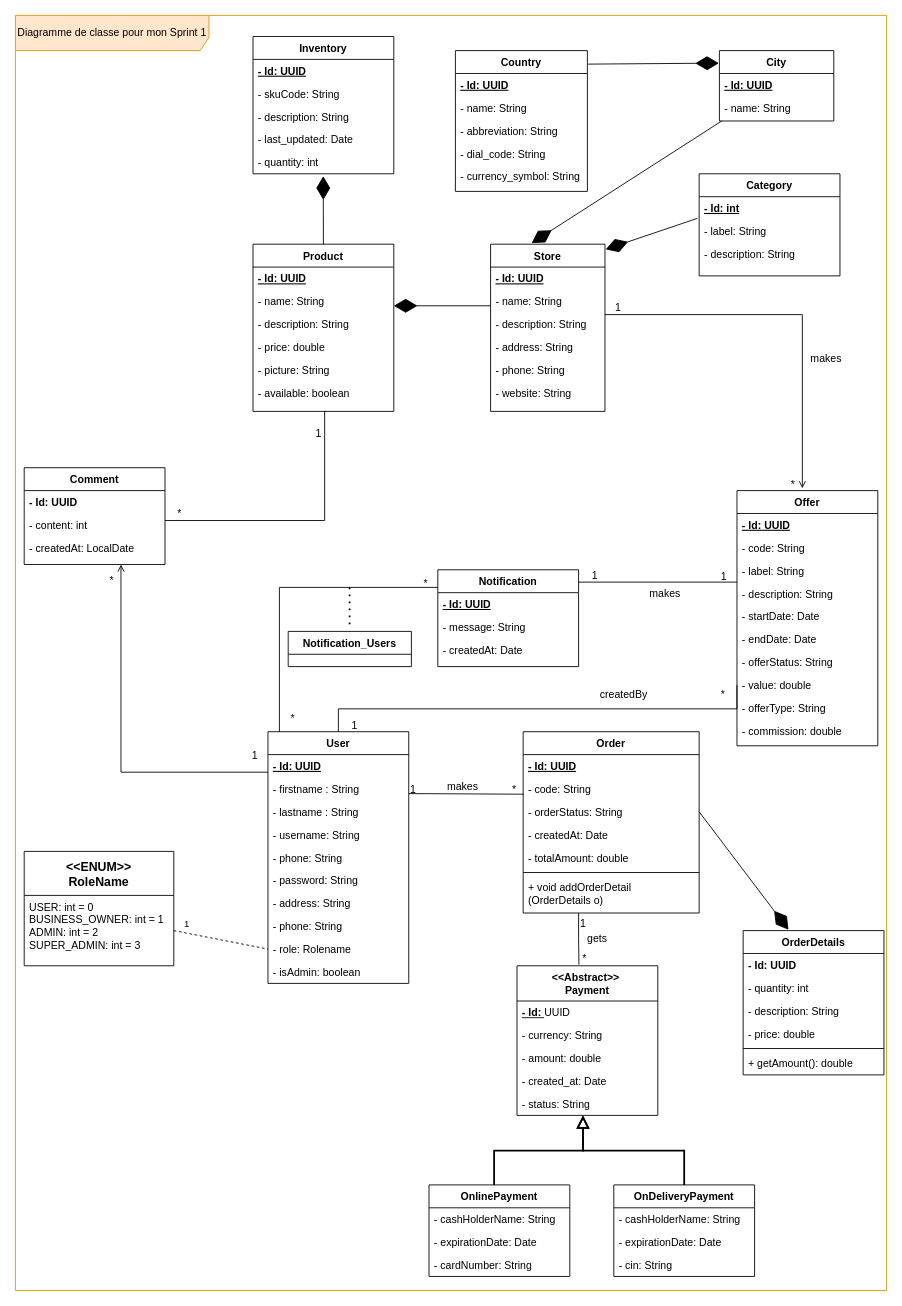
Above: circuit_store.drawio in amine-elarass49/angular_doc (draw.io), before the change. Source tidied: cells renumbered, new cells numbered last; positions are measured from the earlier drawing's top-left corner, leaving out a move shared by most shapes. Both pictures are drawn from the tidied source at 88%, with x=0, y=0 at pixel (15, 15).
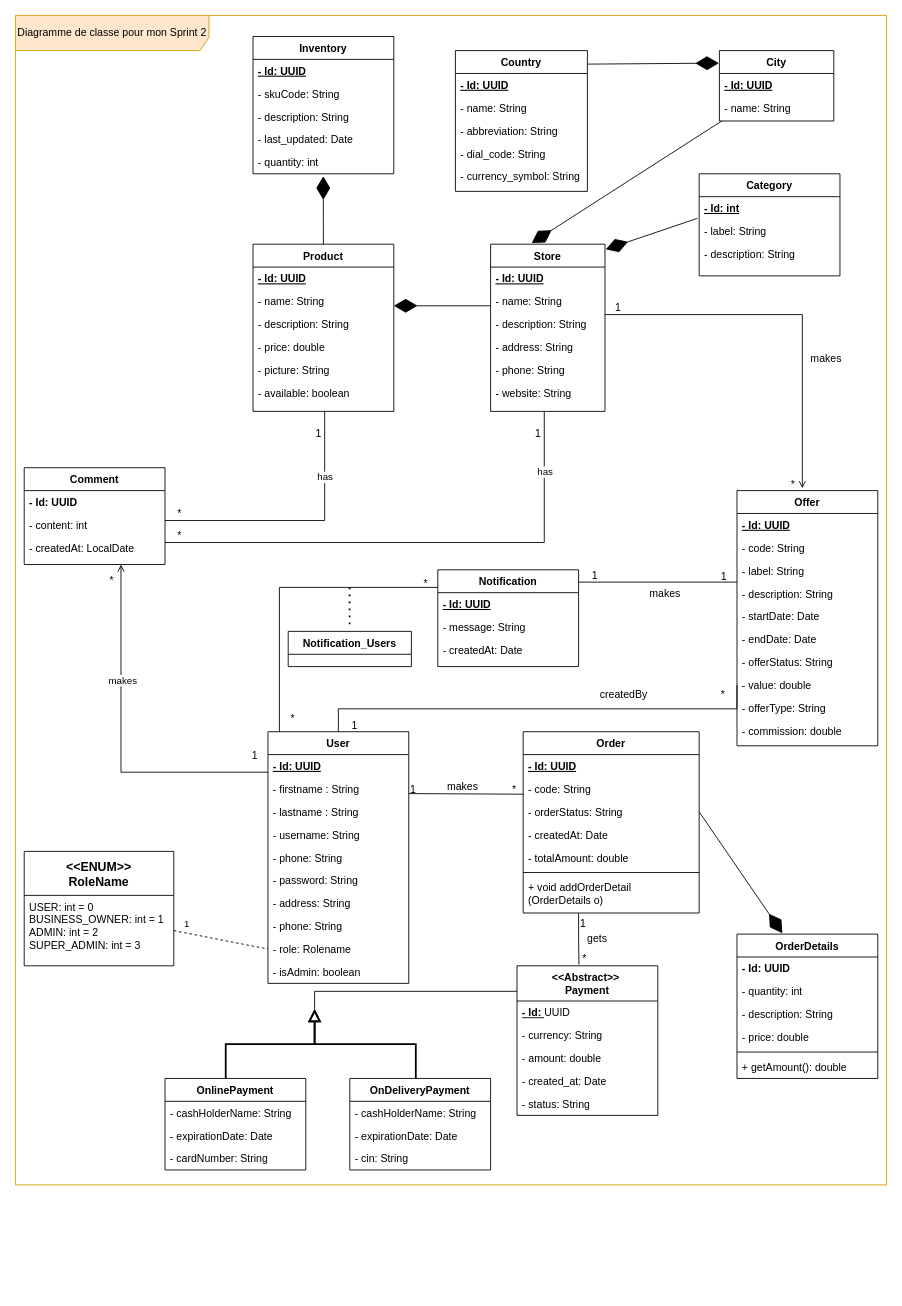
The same diagram, later.

Unchanged cells that the change refers to:
```xml
<mxCell id="60" value="&lt;div&gt;&amp;lt;&amp;lt;Abstract&amp;gt;&amp;gt;&amp;nbsp;&lt;/div&gt;&lt;div&gt;Payment&lt;/div&gt;" style="swimlane;fontStyle=1;align=center;verticalAlign=top;horizontal=1;startSize=40;whiteSpace=wrap;html=1;" parent="1" vertex="1">
  <mxGeometry x="570" y="1080" width="160" height="170" as="geometry" />
</mxCell>
<mxCell id="80" style="endArrow=open;shadow=0;strokeWidth=1;rounded=0;curved=0;endFill=1;edgeStyle=elbowEdgeStyle;elbow=vertical;entryX=0.493;entryY=0.967;entryDx=0;entryDy=0;entryPerimeter=0;" parent="1" edge="1" source="44">
  <mxGeometry x="0.5" y="41" relative="1" as="geometry">
    <mxPoint x="120" y="624" as="targetPoint" />
    <Array as="points">
      <mxPoint x="240" y="860" />
    </Array>
    <mxPoint x="-40" y="32" as="offset" />
  </mxGeometry>
</mxCell>
<mxCell id="107" style="endArrow=none;shadow=0;strokeWidth=1;rounded=0;curved=0;endFill=0;edgeStyle=elbowEdgeStyle;elbow=vertical;exitX=0.509;exitY=0.981;exitDx=0;exitDy=0;exitPerimeter=0;startArrow=none;startFill=0;" parent="1" edge="1" source="15">
  <mxGeometry x="0.5" y="41" relative="1" as="geometry">
    <mxPoint x="170" y="574" as="targetPoint" />
    <Array as="points">
      <mxPoint x="570" y="574" />
    </Array>
    <mxPoint x="-40" y="32" as="offset" />
  </mxGeometry>
</mxCell>
```

What changed in the source:
```diff
@@
     <mxCell id="37" value="OrderDetails" style="swimlane;fontStyle=1;align=center;verticalAlign=top;horizontal=1;startSize=26;rounded=0;shadow=0;strokeWidth=1;" parent="1" vertex="1">
-      <mxGeometry x="827" y="1040" width="160" height="164" as="geometry" />
+      <mxGeometry x="820" y="1044" width="160" height="164" as="geometry" />
     </mxCell>
@@
-    <mxCell id="66" value="OnlinePayment" style="swimlane;fontStyle=1;align=center;verticalAlign=top;horizontal=1;startSize=26;whiteSpace=wrap;html=1;" parent="1" vertex="1">
-      <mxGeometry x="470" y="1329" width="160" height="104" as="geometry" />
-    </mxCell>
-    <mxCell id="67" value="- cashHolderName: String" style="text;strokeColor=none;fillColor=none;align=left;verticalAlign=top;spacingLeft=4;spacingRight=4;overflow=hidden;whiteSpace=wrap;html=1;" parent="66" vertex="1">
-      <mxGeometry y="26" width="160" height="26" as="geometry" />
-    </mxCell>
-    <mxCell id="68" value="- expirationDate: Date" style="text;strokeColor=none;fillColor=none;align=left;verticalAlign=top;spacingLeft=4;spacingRight=4;overflow=hidden;whiteSpace=wrap;html=1;" parent="66" vertex="1">
-      <mxGeometry y="52" width="160" height="26" as="geometry" />
-    </mxCell>
-    <mxCell id="69" value="- cardNumber: String" style="text;strokeColor=none;fillColor=none;align=left;verticalAlign=top;spacingLeft=4;spacingRight=4;overflow=hidden;whiteSpace=wrap;html=1;" parent="66" vertex="1">
-      <mxGeometry y="78" width="160" height="26" as="geometry" />
-    </mxCell>
-    <mxCell id="70" value="OnDeliveryPayment" style="swimlane;fontStyle=1;align=center;verticalAlign=top;horizontal=1;startSize=26;whiteSpace=wrap;html=1;" parent="1" vertex="1">
-      <mxGeometry x="680" y="1329" width="160" height="104" as="geometry" />
-    </mxCell>
-    <mxCell id="71" value="- cashHolderName: String" style="text;strokeColor=none;fillColor=none;align=left;verticalAlign=top;spacingLeft=4;spacingRight=4;overflow=hidden;whiteSpace=wrap;html=1;" parent="70" vertex="1">
-      <mxGeometry y="26" width="160" height="26" as="geometry" />
-    </mxCell>
-    <mxCell id="72" value="-&amp;nbsp;expirationDate: Date" style="text;strokeColor=none;fillColor=none;align=left;verticalAlign=top;spacingLeft=4;spacingRight=4;overflow=hidden;whiteSpace=wrap;html=1;" parent="70" vertex="1">
-      <mxGeometry y="52" width="160" height="26" as="geometry" />
-    </mxCell>
-    <mxCell id="73" value="- cin: String" style="text;strokeColor=none;fillColor=none;align=left;verticalAlign=top;spacingLeft=4;spacingRight=4;overflow=hidden;whiteSpace=wrap;html=1;" parent="70" vertex="1">
-      <mxGeometry y="78" width="160" height="26" as="geometry" />
-    </mxCell>
-    <mxCell id="74" style="endArrow=block;endSize=10;endFill=0;shadow=0;strokeWidth=2;rounded=0;curved=0;edgeStyle=elbowEdgeStyle;elbow=vertical;" parent="1" edge="1">
-      <mxGeometry relative="1" as="geometry">
-        <mxPoint x="544" y="1329" as="sourcePoint" />
-        <mxPoint x="645" y="1250" as="targetPoint" />
-      </mxGeometry>
-    </mxCell>
-    <mxCell id="75" style="endArrow=block;endSize=10;endFill=0;shadow=0;strokeWidth=2;rounded=0;curved=0;edgeStyle=elbowEdgeStyle;elbow=vertical;" parent="1" edge="1">
-      <mxGeometry relative="1" as="geometry">
-        <mxPoint x="760" y="1329" as="sourcePoint" />
-        <mxPoint x="645" y="1250" as="targetPoint" />
-      </mxGeometry>
-    </mxCell>
@@
+    <mxCell id="138" value="makes" style="edgeLabel;html=1;align=center;verticalAlign=middle;" parent="80" vertex="1">
+      <mxGeometry x="0.35" y="-1" relative="1" as="geometry" />
+    </mxCell>
@@
+    <mxCell id="139" value="has" style="edgeLabel;html=1;align=center;verticalAlign=middle;" parent="107" vertex="1">
+      <mxGeometry x="-0.51" relative="1" as="geometry" />
+    </mxCell>
@@
-    <mxCell id="137" value="&lt;div&gt;Diagramme de classe pour mon Sprint 1&lt;/div&gt;" style="shape=umlFrame;whiteSpace=wrap;html=1;width=220;height=40;fillColor=#ffe6cc;strokeColor=#d79b00;" parent="1" vertex="1">
-      <mxGeometry width="990" height="1449" as="geometry" />
+    <mxCell id="137" value="&lt;div&gt;Diagramme de classe pour mon Sprint 2&lt;br&gt;&lt;/div&gt;" style="shape=umlFrame;whiteSpace=wrap;html=1;width=220;height=40;fillColor=#ffe6cc;strokeColor=#d79b00;" parent="1" vertex="1">
+      <mxGeometry width="990" height="1329" as="geometry" />
     </mxCell>
+    <mxCell id="140" style="endArrow=none;shadow=0;strokeWidth=1;rounded=0;curved=0;endFill=0;edgeStyle=elbowEdgeStyle;elbow=vertical;exitX=0.509;exitY=0.981;exitDx=0;exitDy=0;exitPerimeter=0;startArrow=none;startFill=0;" parent="1" edge="1">
+      <mxGeometry x="0.5" y="41" relative="1" as="geometry">
+        <mxPoint x="601" y="450" as="sourcePoint" />
+        <mxPoint x="170" y="599" as="targetPoint" />
+        <Array as="points">
+          <mxPoint x="390" y="599" />
+        </Array>
+        <mxPoint x="-40" y="32" as="offset" />
+      </mxGeometry>
+    </mxCell>
+    <mxCell id="141" value="1" style="align=left;verticalAlign=bottom;labelBackgroundColor=none;fontSize=12;" parent="140" vertex="1">
+      <mxGeometry x="-1" relative="1" as="geometry">
+        <mxPoint x="-12" y="34" as="offset" />
+      </mxGeometry>
+    </mxCell>
+    <mxCell id="142" value="*" style="align=right;verticalAlign=bottom;labelBackgroundColor=none;fontSize=12;" parent="140" vertex="1">
+      <mxGeometry x="1" relative="1" as="geometry">
+        <mxPoint x="20" as="offset" />
+      </mxGeometry>
+    </mxCell>
+    <mxCell id="143" value="has" style="edgeLabel;html=1;align=center;verticalAlign=middle;" parent="140" vertex="1">
+      <mxGeometry x="-0.51" relative="1" as="geometry">
+        <mxPoint y="-74" as="offset" />
+      </mxGeometry>
+    </mxCell>
+    <mxCell id="66" value="OnlinePayment" style="swimlane;fontStyle=1;align=center;verticalAlign=top;horizontal=1;startSize=26;whiteSpace=wrap;html=1;" parent="1" vertex="1">
+      <mxGeometry x="170" y="1208" width="160" height="104" as="geometry" />
+    </mxCell>
+    <mxCell id="144" value="- cashHolderName: String" style="text;strokeColor=none;fillColor=none;align=left;verticalAlign=top;spacingLeft=4;spacingRight=4;overflow=hidden;whiteSpace=wrap;html=1;" parent="66" vertex="1">
+      <mxGeometry y="26" width="160" height="26" as="geometry" />
+    </mxCell>
+    <mxCell id="68" value="- expirationDate: Date" style="text;strokeColor=none;fillColor=none;align=left;verticalAlign=top;spacingLeft=4;spacingRight=4;overflow=hidden;whiteSpace=wrap;html=1;" parent="66" vertex="1">
+      <mxGeometry y="52" width="160" height="26" as="geometry" />
+    </mxCell>
+    <mxCell id="69" value="- cardNumber: String" style="text;strokeColor=none;fillColor=none;align=left;verticalAlign=top;spacingLeft=4;spacingRight=4;overflow=hidden;whiteSpace=wrap;html=1;" parent="66" vertex="1">
+      <mxGeometry y="78" width="160" height="26" as="geometry" />
+    </mxCell>
+    <mxCell id="70" value="OnDeliveryPayment" style="swimlane;fontStyle=1;align=center;verticalAlign=top;horizontal=1;startSize=26;whiteSpace=wrap;html=1;" parent="1" vertex="1">
+      <mxGeometry x="380" y="1208" width="160" height="104" as="geometry" />
+    </mxCell>
+    <mxCell id="145" value="- cashHolderName: String" style="text;strokeColor=none;fillColor=none;align=left;verticalAlign=top;spacingLeft=4;spacingRight=4;overflow=hidden;whiteSpace=wrap;html=1;" parent="70" vertex="1">
+      <mxGeometry y="26" width="160" height="26" as="geometry" />
+    </mxCell>
+    <mxCell id="72" value="-&amp;nbsp;expirationDate: Date" style="text;strokeColor=none;fillColor=none;align=left;verticalAlign=top;spacingLeft=4;spacingRight=4;overflow=hidden;whiteSpace=wrap;html=1;" parent="70" vertex="1">
+      <mxGeometry y="52" width="160" height="26" as="geometry" />
+    </mxCell>
+    <mxCell id="73" value="- cin: String" style="text;strokeColor=none;fillColor=none;align=left;verticalAlign=top;spacingLeft=4;spacingRight=4;overflow=hidden;whiteSpace=wrap;html=1;" parent="70" vertex="1">
+      <mxGeometry y="78" width="160" height="26" as="geometry" />
+    </mxCell>
+    <mxCell id="146" style="endArrow=block;endSize=10;endFill=0;shadow=0;strokeWidth=2;rounded=0;curved=0;edgeStyle=elbowEdgeStyle;elbow=vertical;" parent="1" edge="1">
+      <mxGeometry relative="1" as="geometry">
+        <mxPoint x="239" y="1208" as="sourcePoint" />
+        <mxPoint x="340" y="1129" as="targetPoint" />
+      </mxGeometry>
+    </mxCell>
+    <mxCell id="147" style="endArrow=block;endSize=10;endFill=0;shadow=0;strokeWidth=2;rounded=0;curved=0;edgeStyle=elbowEdgeStyle;elbow=vertical;" parent="1" edge="1">
+      <mxGeometry relative="1" as="geometry">
+        <mxPoint x="455" y="1208" as="sourcePoint" />
+        <mxPoint x="340" y="1129" as="targetPoint" />
+      </mxGeometry>
+    </mxCell>
+    <mxCell id="148" style="endArrow=none;html=1;rounded=0;edgeStyle=orthogonalEdgeStyle;" parent="1" edge="1" target="60">
+      <mxGeometry relative="1" as="geometry">
+        <mxPoint x="340" y="1129" as="sourcePoint" />
+        <Array as="points">
+          <mxPoint x="340" y="1109" />
+        </Array>
+      </mxGeometry>
+    </mxCell>
```
